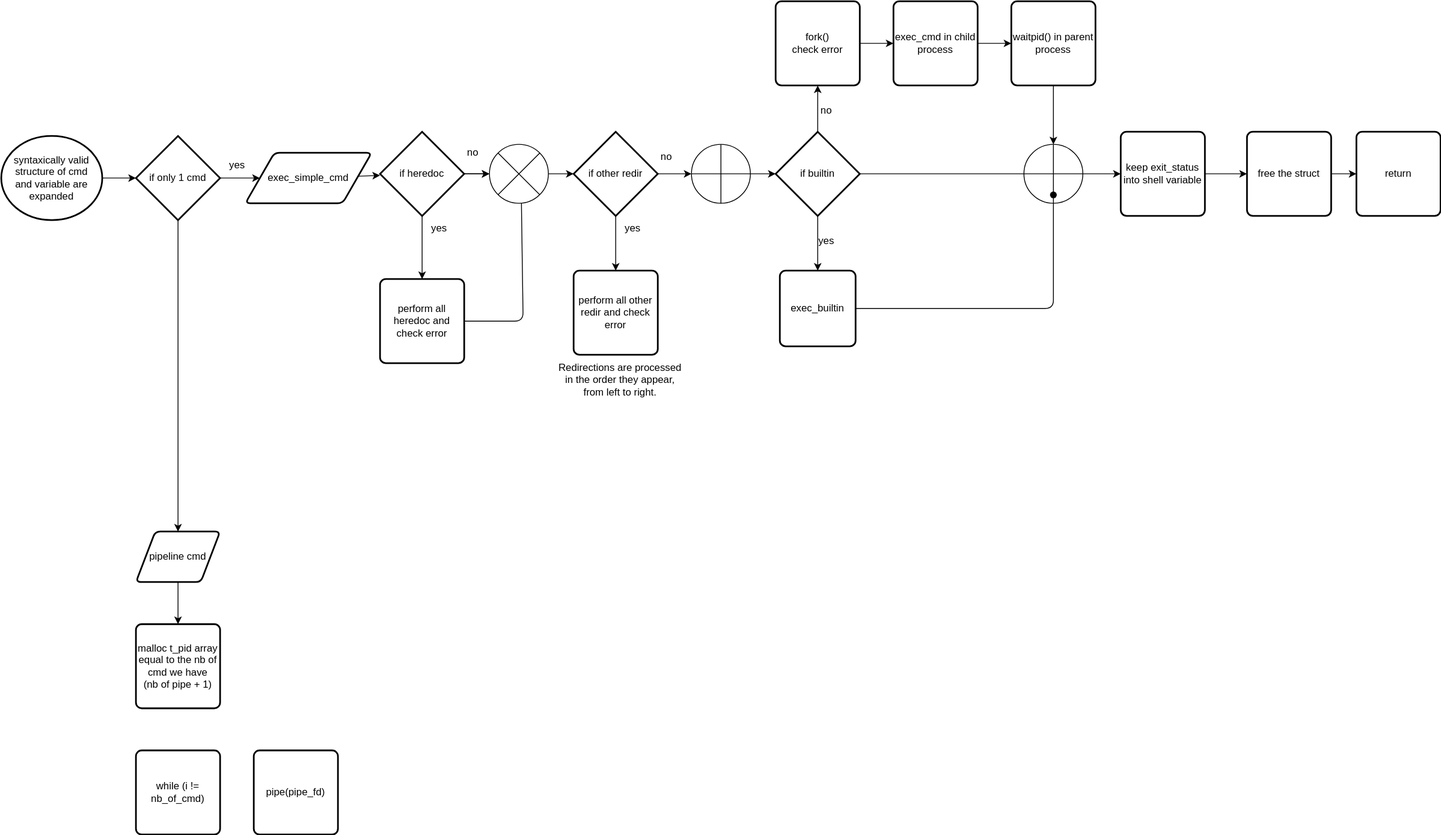
Above: draws/execution.drawio.svg in csteylae/MiniTry (draw.io), before the change. Source tidied: cells renumbered, new cells last; positions are measured from the earlier drawing's top-left corner, leaving out a move shared by most shapes.
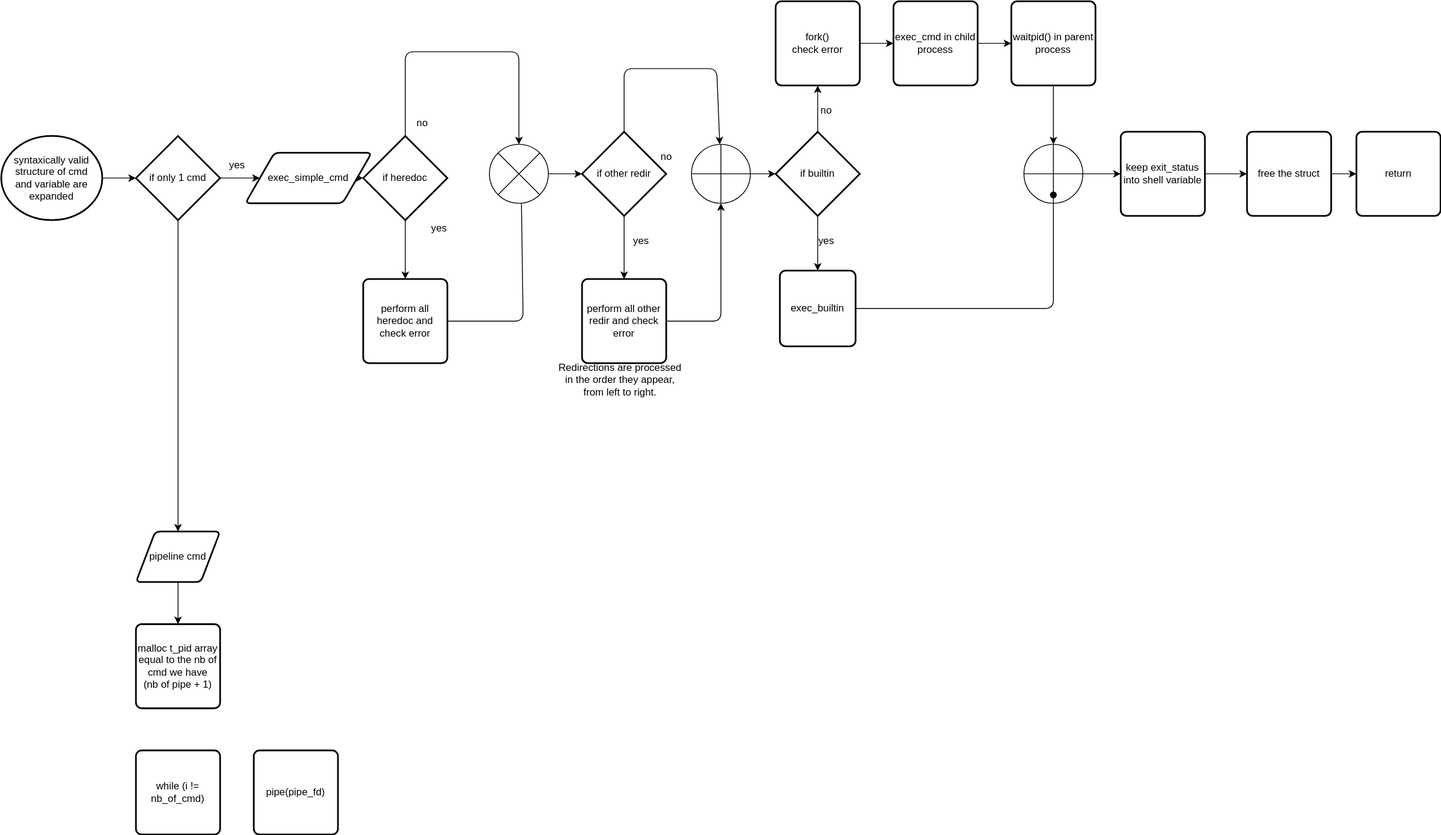
The same diagram one commit later.

Change to the diagram source:
```diff
@@ -27,13 +27,15 @@
       <mxGeometry relative="1" as="geometry" />
     </mxCell>
     <mxCell id="10" style="edgeStyle=none;html=1;" parent="1" edge="1" source="12" target="21">
-      <mxGeometry relative="1" as="geometry" />
+      <mxGeometry relative="1" as="geometry">
+        <Array as="points">
+          <mxPoint x="480" y="60" />
+          <mxPoint x="615" y="60" />
+        </Array>
+      </mxGeometry>
     </mxCell>
-    <mxCell id="11" style="edgeStyle=none;html=1;" parent="1" edge="1" source="12" target="21">
-      <mxGeometry relative="1" as="geometry" />
-    </mxCell>
     <mxCell id="12" value="if heredoc" style="strokeWidth=2;html=1;shape=mxgraph.flowchart.decision;whiteSpace=wrap;" parent="1" vertex="1">
-      <mxGeometry x="450" y="155" width="100" height="100" as="geometry" />
+      <mxGeometry x="430" y="160" width="100" height="100" as="geometry" />
     </mxCell>
     <mxCell id="13" style="edgeStyle=none;html=1;entryX=0.536;entryY=0.529;entryDx=0;entryDy=0;entryPerimeter=0;" parent="1" edge="1" source="14" target="21">
       <mxGeometry relative="1" as="geometry">
@@ -43,19 +45,31 @@
       </mxGeometry>
     </mxCell>
     <mxCell id="14" value="perform all heredoc and check error" style="rounded=1;whiteSpace=wrap;html=1;absoluteArcSize=1;arcSize=14;strokeWidth=2;" parent="1" vertex="1">
-      <mxGeometry x="450" y="330" width="100" height="100" as="geometry" />
+      <mxGeometry x="430" y="330" width="100" height="100" as="geometry" />
     </mxCell>
+    <mxCell id="57" style="edgeStyle=none;html=1;entryX=0.5;entryY=1;entryDx=0;entryDy=0;entryPerimeter=0;" parent="1" edge="1" source="15" target="23">
+      <mxGeometry relative="1" as="geometry">
+        <Array as="points">
+          <mxPoint x="855" y="380" />
+        </Array>
+      </mxGeometry>
+    </mxCell>
     <mxCell id="15" value="perform all other redir and check error" style="rounded=1;whiteSpace=wrap;html=1;absoluteArcSize=1;arcSize=14;strokeWidth=2;" parent="1" vertex="1">
-      <mxGeometry x="680" y="320" width="100" height="100" as="geometry" />
+      <mxGeometry x="690" y="330" width="100" height="100" as="geometry" />
     </mxCell>
     <mxCell id="16" style="edgeStyle=none;html=1;" parent="1" edge="1" source="18" target="15">
       <mxGeometry relative="1" as="geometry" />
     </mxCell>
     <mxCell id="17" style="edgeStyle=none;html=1;" parent="1" edge="1" source="18" target="23">
-      <mxGeometry relative="1" as="geometry" />
+      <mxGeometry relative="1" as="geometry">
+        <Array as="points">
+          <mxPoint x="740" y="80" />
+          <mxPoint x="850" y="80" />
+        </Array>
+      </mxGeometry>
     </mxCell>
     <mxCell id="18" value="if other redir" style="strokeWidth=2;html=1;shape=mxgraph.flowchart.decision;whiteSpace=wrap;" parent="1" vertex="1">
-      <mxGeometry x="680" y="155" width="100" height="100" as="geometry" />
+      <mxGeometry x="690" y="155" width="100" height="100" as="geometry" />
     </mxCell>
     <mxCell id="19" value="Redirections are processed &lt;br&gt;in the order they appear, &lt;br&gt;from left to right." style="text;html=1;align=center;verticalAlign=middle;strokeColor=none;fillColor=none;" parent="1" vertex="1">
       <mxGeometry x="650" y="420" width="170" height="60" as="geometry" />
@@ -136,10 +150,10 @@
       <mxGeometry x="500" y="255" width="40" height="30" as="geometry" />
     </mxCell>
     <mxCell id="43" value="no" style="text;html=1;align=center;verticalAlign=middle;strokeColor=none;fillColor=none;" parent="1" vertex="1">
-      <mxGeometry x="540" y="165" width="40" height="30" as="geometry" />
+      <mxGeometry x="480" y="130" width="40" height="30" as="geometry" />
     </mxCell>
     <mxCell id="44" value="yes" style="text;html=1;align=center;verticalAlign=middle;strokeColor=none;fillColor=none;" parent="1" vertex="1">
-      <mxGeometry x="730" y="255" width="40" height="30" as="geometry" />
+      <mxGeometry x="740" y="270" width="40" height="30" as="geometry" />
     </mxCell>
     <mxCell id="45" value="yes" style="text;html=1;align=center;verticalAlign=middle;strokeColor=none;fillColor=none;" parent="1" vertex="1">
       <mxGeometry x="960" y="270" width="40" height="30" as="geometry" />
@@ -147,9 +161,6 @@
     <mxCell id="46" value="no" style="text;html=1;align=center;verticalAlign=middle;strokeColor=none;fillColor=none;" parent="1" vertex="1">
       <mxGeometry x="960" y="115" width="40" height="30" as="geometry" />
     </mxCell>
-    <mxCell id="47" style="edgeStyle=none;html=1;endArrow=none;" parent="1" edge="1" source="27" target="48">
-      <mxGeometry relative="1" as="geometry" />
-    </mxCell>
     <mxCell id="48" style="verticalLabelPosition=bottom;verticalAlign=top;html=1;shape=mxgraph.flowchart.summing_function;" parent="1" vertex="1">
       <mxGeometry x="1215" y="170" width="70" height="70" as="geometry" />
     </mxCell>
```
